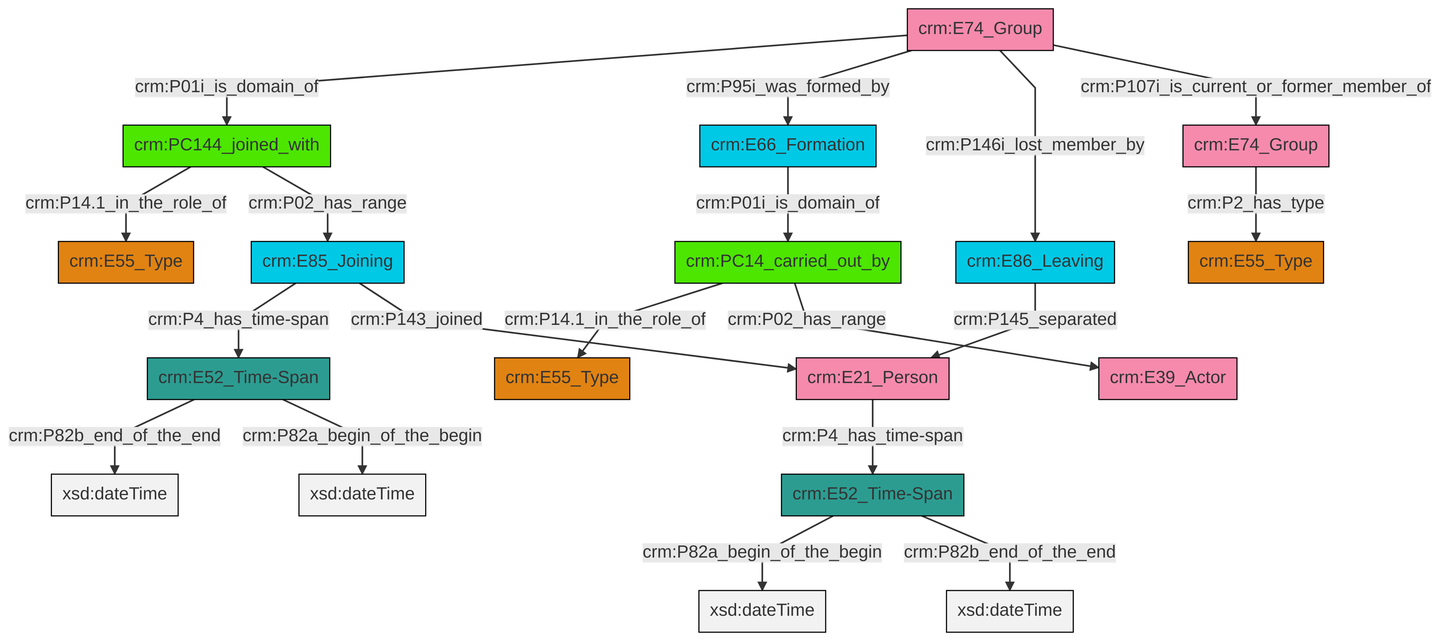
swiss-art-research-net/reference-data-models keeps this Mermaid diagram as et/groupCSV/ttl/mmd/png/group_actor_relations.png. Above is the earlier version. Its source is kept beside it as et/groupCSV/ttl/mmd/group_actor_relations.ttl.mmd.
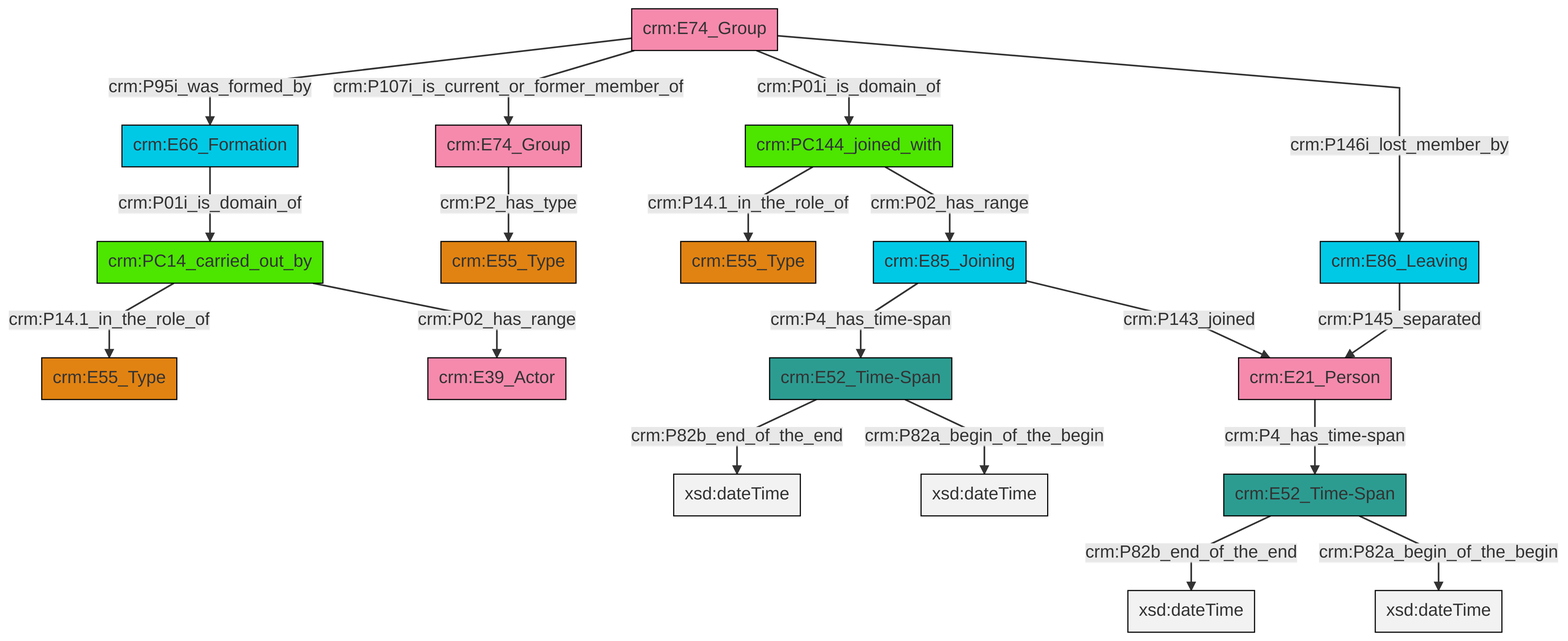
The same file after the commit.

The edit, as a diff of the source:
```diff
@@ -13,21 +13,21 @@
 classDef PC_Classes fill:#4ce600, stroke:#000000;
 classDef Multi fill:#cccccc,stroke:#000000;
 
-0["crm:E52_Time-Span"]:::Time-Span -->|crm:P82a_begin_of_the_begin| 1[xsd:dateTime]:::Literal
-0["crm:E52_Time-Span"]:::Time-Span -->|crm:P82b_end_of_the_end| 2[xsd:dateTime]:::Literal
-5["crm:PC14_carried_out_by"]:::PC_Classes -->|crm:P14.1_in_the_role_of| 6["crm:E55_Type"]:::Type
-7["crm:E52_Time-Span"]:::Time-Span -->|crm:P82b_end_of_the_end| 9[xsd:dateTime]:::Literal
-17["crm:E86_Leaving"]:::Temporal_Entity -->|crm:P145_separated| 18["crm:E21_Person"]:::Actor
-19["crm:E74_Group"]:::Actor -->|crm:P01i_is_domain_of| 20["crm:PC144_joined_with"]:::PC_Classes
-21["crm:E85_Joining"]:::Temporal_Entity -->|crm:P4_has_time-span| 7["crm:E52_Time-Span"]:::Time-Span
-13["crm:E66_Formation"]:::Temporal_Entity -->|crm:P01i_is_domain_of| 5["crm:PC14_carried_out_by"]:::PC_Classes
-19["crm:E74_Group"]:::Actor -->|crm:P95i_was_formed_by| 13["crm:E66_Formation"]:::Temporal_Entity
-21["crm:E85_Joining"]:::Temporal_Entity -->|crm:P143_joined| 18["crm:E21_Person"]:::Actor
-18["crm:E21_Person"]:::Actor -->|crm:P4_has_time-span| 0["crm:E52_Time-Span"]:::Time-Span
-19["crm:E74_Group"]:::Actor -->|crm:P146i_lost_member_by| 17["crm:E86_Leaving"]:::Temporal_Entity
-5["crm:PC14_carried_out_by"]:::PC_Classes -->|crm:P02_has_range| 15["crm:E39_Actor"]:::Actor
-20["crm:PC144_joined_with"]:::PC_Classes -->|crm:P14.1_in_the_role_of| 3["crm:E55_Type"]:::Type
-20["crm:PC144_joined_with"]:::PC_Classes -->|crm:P02_has_range| 21["crm:E85_Joining"]:::Temporal_Entity
-7["crm:E52_Time-Span"]:::Time-Span -->|crm:P82a_begin_of_the_begin| 31[xsd:dateTime]:::Literal
-22["crm:E74_Group"]:::Actor -->|crm:P2_has_type| 26["crm:E55_Type"]:::Type
-19["crm:E74_Group"]:::Actor -->|crm:P107i_is_current_or_former_member_of| 22["crm:E74_Group"]:::Actor
+2["crm:E52_Time-Span"]:::Time-Span -->|crm:P82b_end_of_the_end| 3[xsd:dateTime]:::Literal
+0["crm:E86_Leaving"]:::Temporal_Entity -->|crm:P145_separated| 8["crm:E21_Person"]:::Actor
+11["crm:PC14_carried_out_by"]:::PC_Classes -->|crm:P14.1_in_the_role_of| 12["crm:E55_Type"]:::Type
+11["crm:PC14_carried_out_by"]:::PC_Classes -->|crm:P02_has_range| 13["crm:E39_Actor"]:::Actor
+14["crm:E85_Joining"]:::Temporal_Entity -->|crm:P4_has_time-span| 2["crm:E52_Time-Span"]:::Time-Span
+15["crm:E74_Group"]:::Actor -->|crm:P95i_was_formed_by| 6["crm:E66_Formation"]:::Temporal_Entity
+18["crm:PC144_joined_with"]:::PC_Classes -->|crm:P14.1_in_the_role_of| 19["crm:E55_Type"]:::Type
+14["crm:E85_Joining"]:::Temporal_Entity -->|crm:P143_joined| 8["crm:E21_Person"]:::Actor
+2["crm:E52_Time-Span"]:::Time-Span -->|crm:P82a_begin_of_the_begin| 20[xsd:dateTime]:::Literal
+9["crm:E52_Time-Span"]:::Time-Span -->|crm:P82b_end_of_the_end| 22[xsd:dateTime]:::Literal
+9["crm:E52_Time-Span"]:::Time-Span -->|crm:P82a_begin_of_the_begin| 23[xsd:dateTime]:::Literal
+8["crm:E21_Person"]:::Actor -->|crm:P4_has_time-span| 9["crm:E52_Time-Span"]:::Time-Span
+6["crm:E66_Formation"]:::Temporal_Entity -->|crm:P01i_is_domain_of| 11["crm:PC14_carried_out_by"]:::PC_Classes
+18["crm:PC144_joined_with"]:::PC_Classes -->|crm:P02_has_range| 14["crm:E85_Joining"]:::Temporal_Entity
+15["crm:E74_Group"]:::Actor -->|crm:P107i_is_current_or_former_member_of| 31["crm:E74_Group"]:::Actor
+31["crm:E74_Group"]:::Actor -->|crm:P2_has_type| 4["crm:E55_Type"]:::Type
+15["crm:E74_Group"]:::Actor -->|crm:P01i_is_domain_of| 18["crm:PC144_joined_with"]:::PC_Classes
+15["crm:E74_Group"]:::Actor -->|crm:P146i_lost_member_by| 0["crm:E86_Leaving"]:::Temporal_Entity
```
